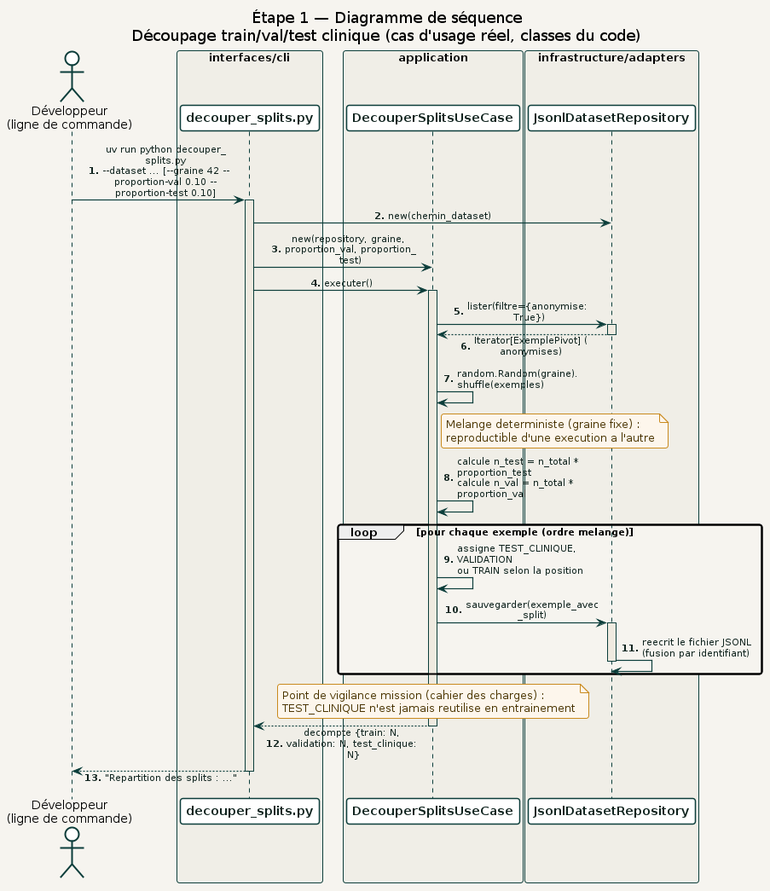
Earlier version of the PlantUML export docs/diagrams/02_etape1_donnees/sequence/decouper_splits.png (racemartin/m14_ocr). Its source is kept beside it as docs/diagrams/02_etape1_donnees/sequence/decouper_splits.puml.
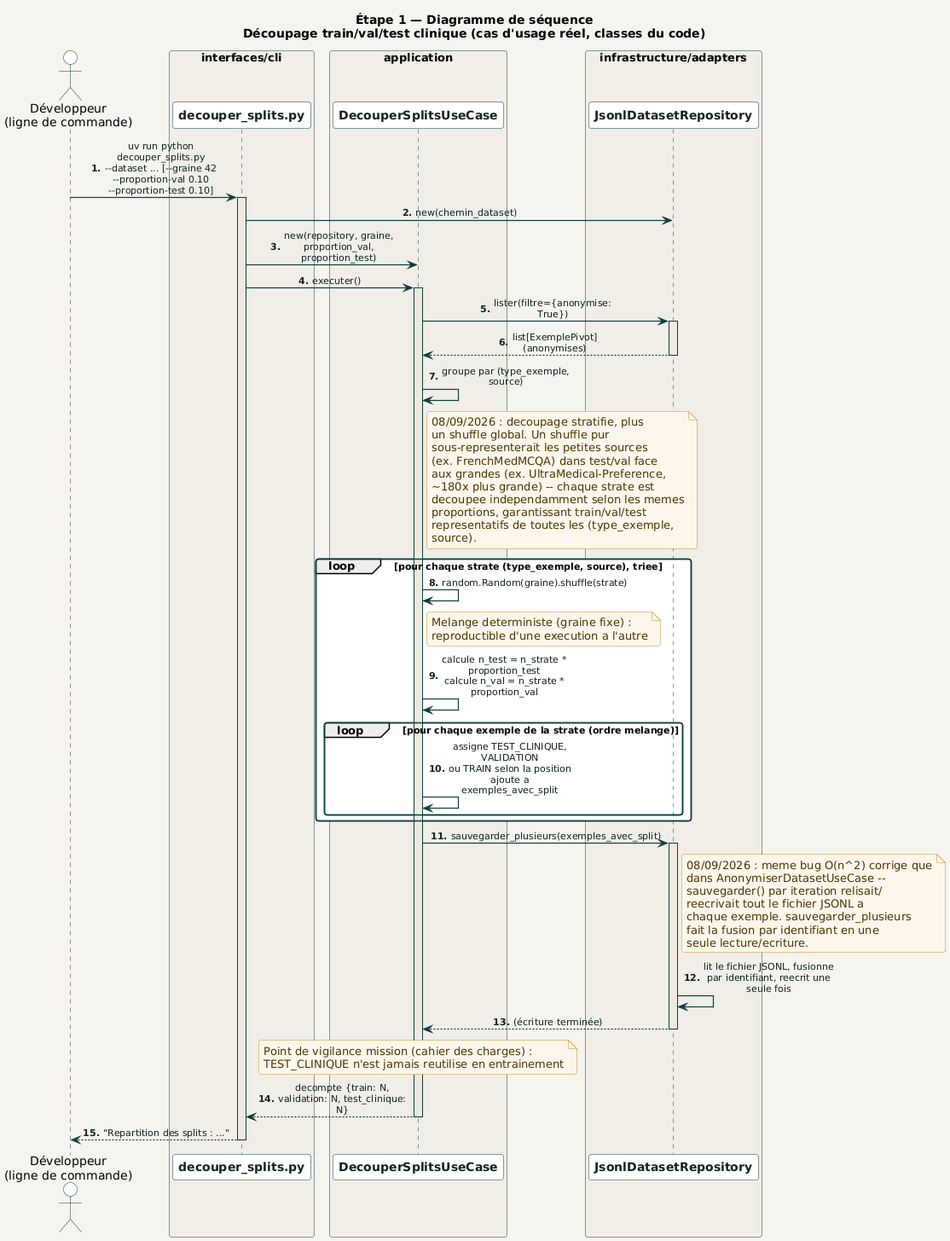
Above is the later version.

Change to the diagram source:
```diff
@@ -30,24 +30,50 @@
 
 UC -> Repo : lister(filtre={anonymise: True})
 activate Repo
-Repo --> UC : Iterator[ExemplePivot] (anonymises)
+Repo --> UC : list[ExemplePivot] (anonymises)
 deactivate Repo
 
-UC -> UC : random.Random(graine).shuffle(exemples)
+UC -> UC : groupe par (type_exemple, source)
 note right of UC
-  Melange deterministe (graine fixe) :
-  reproductible d'une execution a l'autre
+  08/09/2026 : decoupage stratifie, plus
+  un shuffle global. Un shuffle pur
+  sous-representerait les petites sources
+  (ex. FrenchMedMCQA) dans test/val face
+  aux grandes (ex. UltraMedical-Preference,
+  ~180x plus grande) -- chaque strate est
+  decoupee independamment selon les memes
+  proportions, garantissant train/val/test
+  representatifs de toutes les (type_exemple,
+  source).
 end note
 
-UC -> UC : calcule n_test = n_total * proportion_test\ncalcule n_val = n_total * proportion_val
+loop pour chaque strate (type_exemple, source), triee
+  UC -> UC : random.Random(graine).shuffle(strate)
+  note right of UC
+    Melange deterministe (graine fixe) :
+    reproductible d'une execution a l'autre
+  end note
+  UC -> UC : calcule n_test = n_strate * proportion_test\ncalcule n_val = n_strate * proportion_val
 
-loop pour chaque exemple (ordre melange)
-  UC -> UC : assigne TEST_CLINIQUE, VALIDATION\nou TRAIN selon la position
-  UC -> Repo : sauvegarder(exemple_avec_split)
-  activate Repo
-  Repo -> Repo : reecrit le fichier JSONL\n(fusion par identifiant)
-  deactivate Repo
+  loop pour chaque exemple de la strate (ordre melange)
+    UC -> UC : assigne TEST_CLINIQUE, VALIDATION\nou TRAIN selon la position\najoute a exemples_avec_split
+  end
 end
+
+UC -> Repo : sauvegarder_plusieurs(exemples_avec_split)
+activate Repo
+note right of Repo
+  08/09/2026 : meme bug O(n^2) corrige que
+  dans AnonymiserDatasetUseCase --
+  sauvegarder() par iteration relisait/
+  reecrivait tout le fichier JSONL a
+  chaque exemple. sauvegarder_plusieurs
+  fait la fusion par identifiant en une
+  seule lecture/ecriture.
+end note
+Repo -> Repo : lit le fichier JSONL, fusionne\npar identifiant, reecrit une seule fois
+Repo --> UC : (écriture terminée)
+deactivate Repo
 
 note over UC
   Point de vigilance mission (cahier des charges) :
```
